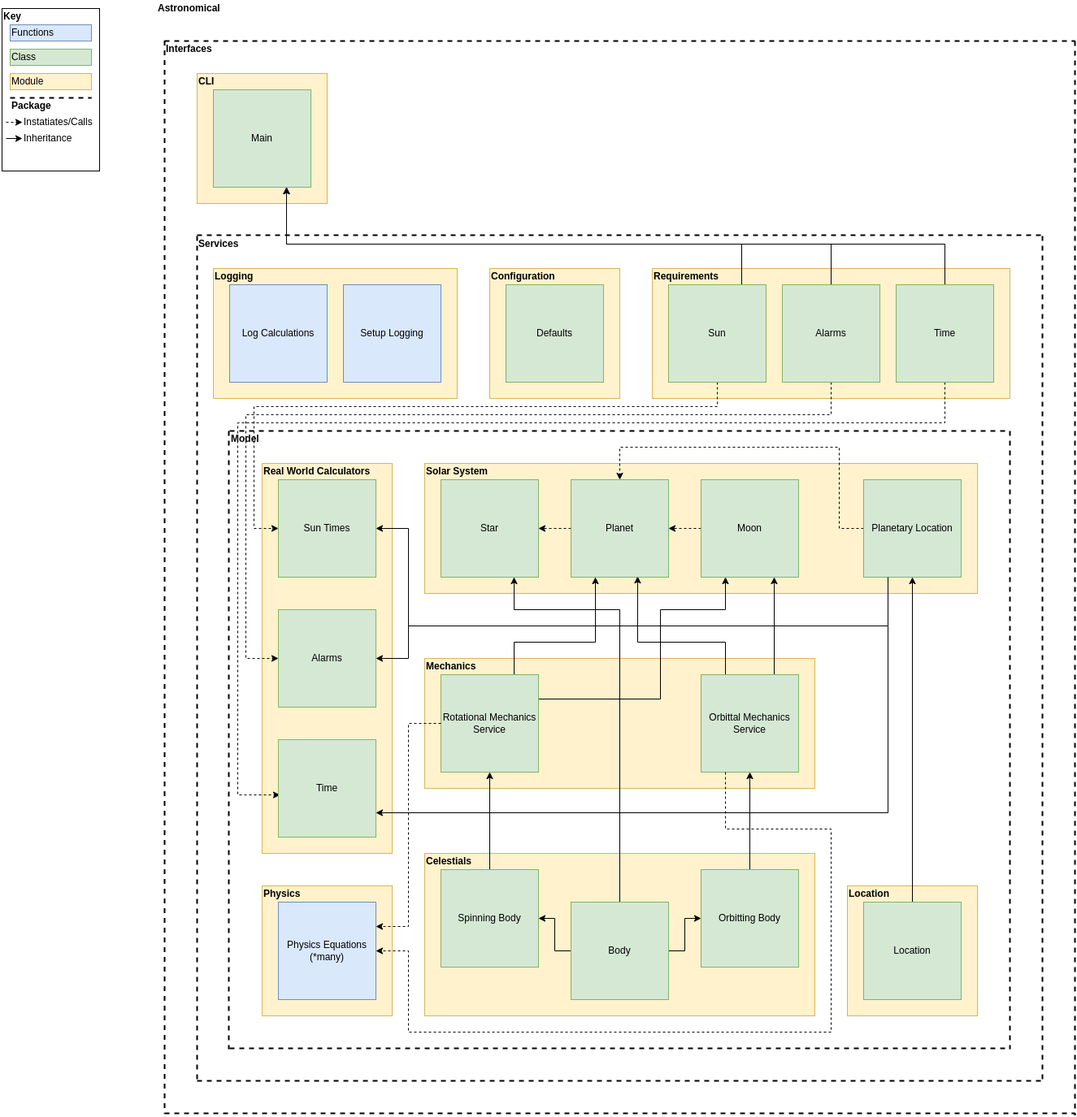
TheOrganist24/Astronomical keeps this draw.io diagram as img/full_design.png. Above is the earlier version. Source tidied: cells renumbered, new cells last; positions are measured from the earlier drawing's top-left corner, leaving out a move shared by most shapes.
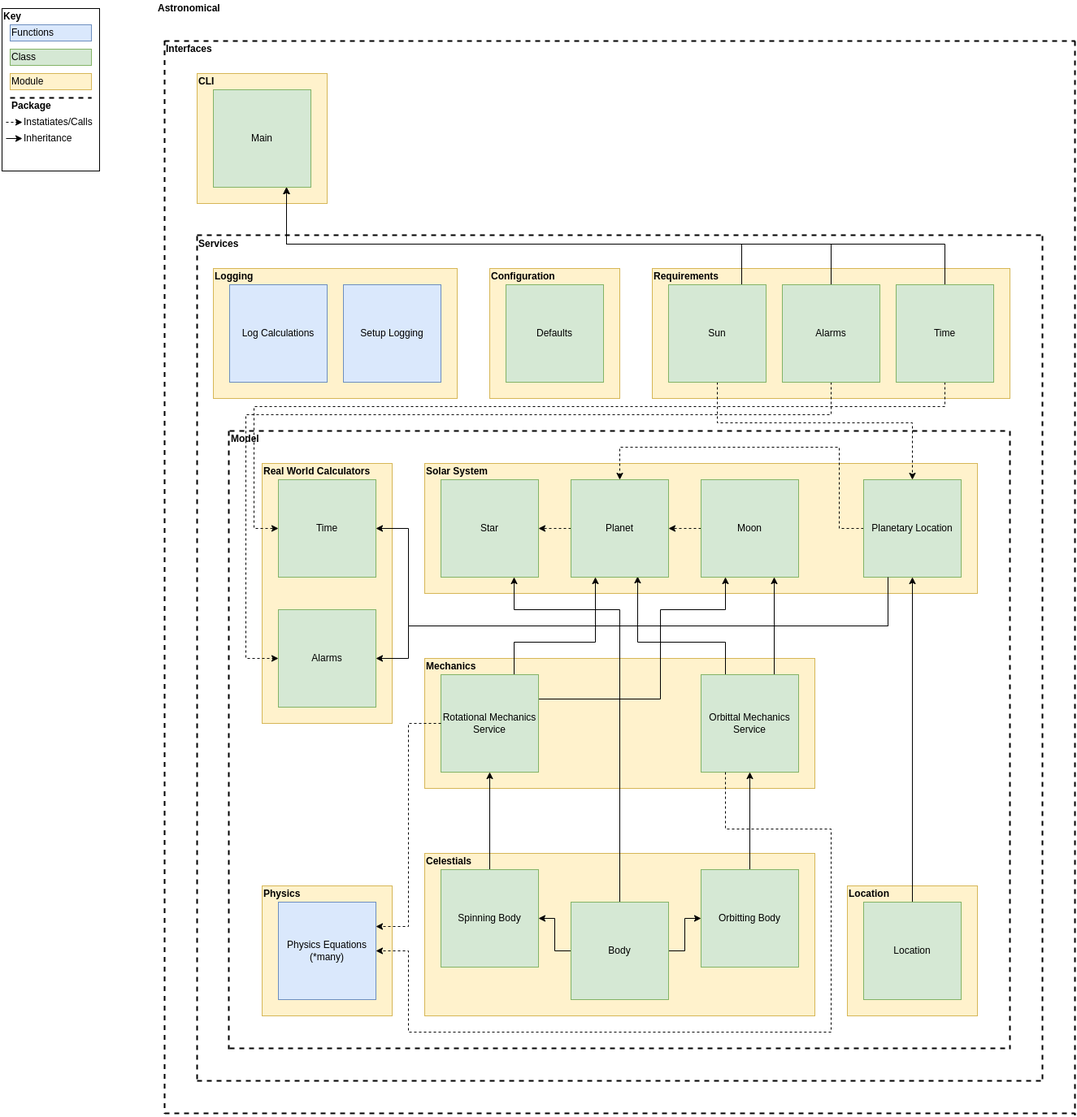
The same file after the commit.

Diff of the diagram source:
```diff
@@ -6,7 +6,7 @@
       <mxGeometry x="240" y="90" width="160" height="160" as="geometry" />
     </mxCell>
     <mxCell id="3" style="rounded=0;whiteSpace=wrap;html=1;fillColor=#fff2cc;strokeColor=#d6b656;" parent="1" vertex="1">
-      <mxGeometry x="320" y="570" width="160" height="480" as="geometry" />
+      <mxGeometry x="320" y="570" width="160" height="320" as="geometry" />
     </mxCell>
     <mxCell id="4" style="rounded=0;whiteSpace=wrap;html=1;fillColor=#fff2cc;strokeColor=#d6b656;" parent="1" vertex="1">
       <mxGeometry x="1040" y="1090" width="160" height="160" as="geometry" />
@@ -98,7 +98,7 @@
         </Array>
       </mxGeometry>
     </mxCell>
-    <mxCell id="25" style="edgeStyle=orthogonalEdgeStyle;rounded=0;jettySize=auto;html=1;exitX=0.25;exitY=1;exitDx=0;exitDy=0;entryX=1;entryY=0.5;entryDx=0;entryDy=0;" parent="1" edge="1" source="27" target="90">
+    <mxCell id="25" style="edgeStyle=orthogonalEdgeStyle;rounded=0;jettySize=auto;html=1;exitX=0.25;exitY=1;exitDx=0;exitDy=0;entryX=1;entryY=0.5;entryDx=0;entryDy=0;" parent="1" edge="1" source="27" target="93">
       <mxGeometry relative="1" as="geometry">
         <Array as="points">
           <mxPoint x="1090" y="770" />
@@ -107,13 +107,6 @@
         </Array>
       </mxGeometry>
     </mxCell>
-    <mxCell id="26" style="edgeStyle=orthogonalEdgeStyle;rounded=0;jettySize=auto;html=1;exitX=0.25;exitY=1;exitDx=0;exitDy=0;entryX=1;entryY=0.75;entryDx=0;entryDy=0;" parent="1" edge="1" source="27" target="93">
-      <mxGeometry relative="1" as="geometry">
-        <Array as="points">
-          <mxPoint x="1090" y="1000" />
-        </Array>
-      </mxGeometry>
-    </mxCell>
     <mxCell id="27" value="Planetary Location" style="rounded=0;whiteSpace=wrap;html=1;fillColor=#d5e8d4;strokeColor=#82b366;" parent="1" vertex="1">
       <mxGeometry x="1060" y="590" width="120" height="120" as="geometry" />
     </mxCell>
@@ -215,10 +208,10 @@
     <mxCell id="53" style="rounded=0;whiteSpace=wrap;html=1;fillColor=#fff2cc;strokeColor=#d6b656;" parent="1" vertex="1">
       <mxGeometry x="800" y="330" width="440" height="160" as="geometry" />
     </mxCell>
-    <mxCell id="54" style="edgeStyle=orthogonalEdgeStyle;rounded=0;jettySize=auto;html=1;exitX=0.5;exitY=1;exitDx=0;exitDy=0;entryX=0;entryY=0.5;entryDx=0;entryDy=0;dashed=1;" parent="1" edge="1" source="56" target="90">
+    <mxCell id="54" style="edgeStyle=orthogonalEdgeStyle;rounded=0;jettySize=auto;html=1;exitX=0.5;exitY=1;exitDx=0;exitDy=0;entryX=0;entryY=0.5;entryDx=0;entryDy=0;dashed=1;" parent="1" edge="1" source="59" target="93">
       <mxGeometry relative="1" as="geometry">
         <Array as="points">
-          <mxPoint x="880" y="500" />
+          <mxPoint x="1160" y="500" />
           <mxPoint x="310" y="500" />
           <mxPoint x="310" y="650" />
         </Array>
@@ -232,6 +225,14 @@
         </Array>
       </mxGeometry>
     </mxCell>
+    <mxCell id="94" style="edgeStyle=orthogonalEdgeStyle;rounded=0;jettySize=auto;html=1;exitX=0.5;exitY=1;exitDx=0;exitDy=0;entryX=0.5;entryY=0;entryDx=0;entryDy=0;dashed=1;" parent="1" edge="1" source="56" target="27">
+      <mxGeometry relative="1" as="geometry">
+        <Array as="points">
+          <mxPoint x="880" y="520" />
+          <mxPoint x="1120" y="520" />
+        </Array>
+      </mxGeometry>
+    </mxCell>
     <mxCell id="56" value="Sun" style="rounded=0;whiteSpace=wrap;html=1;fillColor=#d5e8d4;strokeColor=#82b366;" parent="1" vertex="1">
       <mxGeometry x="820" y="350" width="120" height="120" as="geometry" />
     </mxCell>
@@ -243,15 +244,6 @@
         </Array>
       </mxGeometry>
     </mxCell>
-    <mxCell id="58" style="edgeStyle=orthogonalEdgeStyle;rounded=0;jettySize=auto;html=1;exitX=0.5;exitY=1;exitDx=0;exitDy=0;entryX=0.017;entryY=0.567;entryDx=0;entryDy=0;entryPerimeter=0;dashed=1;" parent="1" edge="1" source="59" target="93">
-      <mxGeometry relative="1" as="geometry">
-        <Array as="points">
-          <mxPoint x="1160" y="520" />
-          <mxPoint x="290" y="520" />
-          <mxPoint x="290" y="978" />
-        </Array>
-      </mxGeometry>
-    </mxCell>
     <mxCell id="59" value="Time" style="rounded=0;whiteSpace=wrap;html=1;fillColor=#d5e8d4;strokeColor=#82b366;" parent="1" vertex="1">
       <mxGeometry x="1100" y="350" width="120" height="120" as="geometry" />
     </mxCell>
@@ -394,9 +386,6 @@
     <mxCell id="89" value="&lt;b&gt;Real World Calculators&lt;/b&gt;" style="text;html=1;strokeColor=none;fillColor=none;align=left;verticalAlign=middle;whiteSpace=wrap;rounded=0;" parent="1" vertex="1">
       <mxGeometry x="320" y="570" width="140" height="20" as="geometry" />
     </mxCell>
-    <mxCell id="90" value="Sun Times" style="rounded=0;whiteSpace=wrap;html=1;fillColor=#d5e8d4;strokeColor=#82b366;" parent="1" vertex="1">
-      <mxGeometry x="340" y="590" width="120" height="120" as="geometry" />
-    </mxCell>
     <mxCell id="91" style="edgeStyle=orthogonalEdgeStyle;rounded=0;jettySize=auto;html=1;exitX=0.25;exitY=1;exitDx=0;exitDy=0;entryX=1;entryY=0.5;entryDx=0;entryDy=0;" parent="1" edge="1" source="27" target="92">
       <mxGeometry relative="1" as="geometry">
         <Array as="points">
@@ -410,7 +399,7 @@
       <mxGeometry x="340" y="750" width="120" height="120" as="geometry" />
     </mxCell>
     <mxCell id="93" value="Time" style="rounded=0;whiteSpace=wrap;html=1;fillColor=#d5e8d4;strokeColor=#82b366;" parent="1" vertex="1">
-      <mxGeometry x="340" y="910" width="120" height="120" as="geometry" />
+      <mxGeometry x="340" y="590" width="120" height="120" as="geometry" />
     </mxCell>
   </root>
 </mxGraphModel>
```
